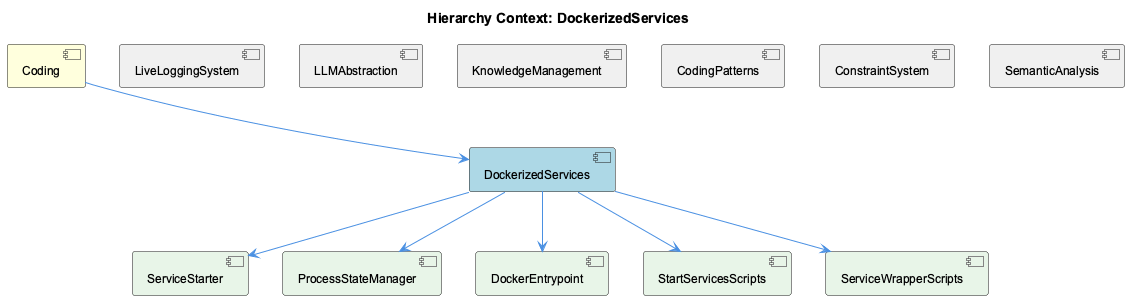
The PlantUML diagram knowledge-management/insights/images/dockerized-services-relationship.png in fwornle/coding, before a commit.
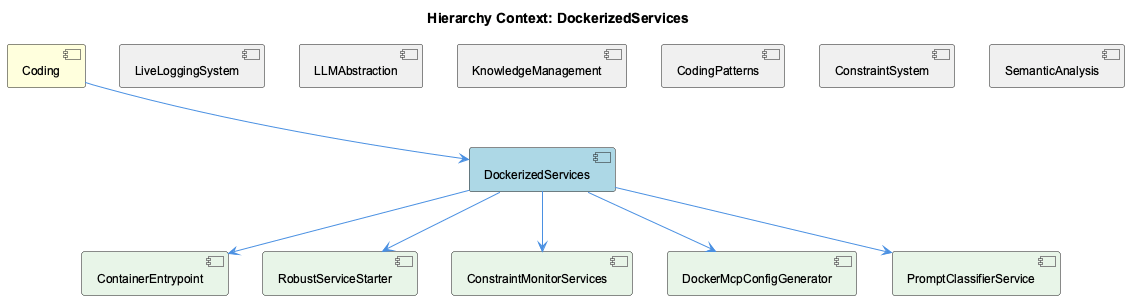
The same diagram one commit later.

Change to the diagram source:
```diff
@@ -11,11 +11,11 @@
 [CodingPatterns] as coding_patterns #F0F0F0
 [ConstraintSystem] as constraint_system #F0F0F0
 [SemanticAnalysis] as semantic_analysis #F0F0F0
-[ServiceStarter] as service_starter #E8F5E8
-[ProcessStateManager] as process_state_manager #E8F5E8
-[DockerEntrypoint] as docker_entrypoint #E8F5E8
-[StartServicesScripts] as start_services_scripts #E8F5E8
-[ServiceWrapperScripts] as service_wrapper_scripts #E8F5E8
+[ContainerEntrypoint] as container_entrypoint #E8F5E8
+[RobustServiceStarter] as robust_service_starter #E8F5E8
+[ConstraintMonitorServices] as constraint_monitor_services #E8F5E8
+[DockerMcpConfigGenerator] as docker_mcp_config_generator #E8F5E8
+[PromptClassifierService] as prompt_classifier_service #E8F5E8
 
 coding --> dockerized_services
 live_logging_system -[hidden]- dockerized_services
@@ -24,10 +24,10 @@
 coding_patterns -[hidden]- dockerized_services
 constraint_system -[hidden]- dockerized_services
 semantic_analysis -[hidden]- dockerized_services
-dockerized_services --> service_starter
-dockerized_services --> process_state_manager
-dockerized_services --> docker_entrypoint
-dockerized_services --> start_services_scripts
-dockerized_services --> service_wrapper_scripts
+dockerized_services --> container_entrypoint
+dockerized_services --> robust_service_starter
+dockerized_services --> constraint_monitor_services
+dockerized_services --> docker_mcp_config_generator
+dockerized_services --> prompt_classifier_service
 
 @enduml
```
